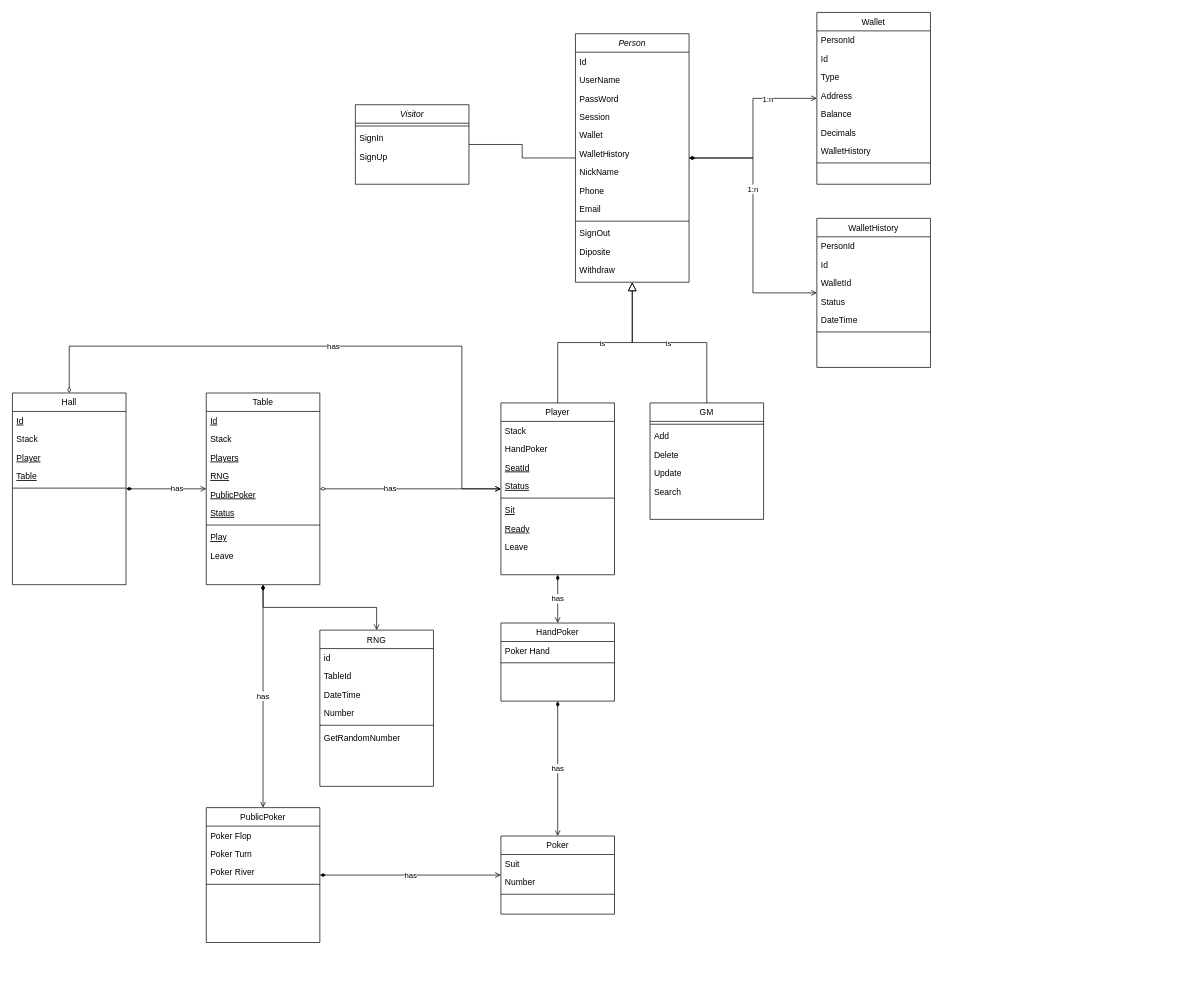
qxyanda/UML keeps this draw.io diagram as P/Casino.drawio. Above is the earlier version. Source tidied: cells renumbered, new cells numbered last; positions are measured from the earlier drawing's top-left corner, leaving out a move shared by most shapes. Both pictures are drawn from the tidied source at 71%, with x=0, y=0 at pixel (12, 12).
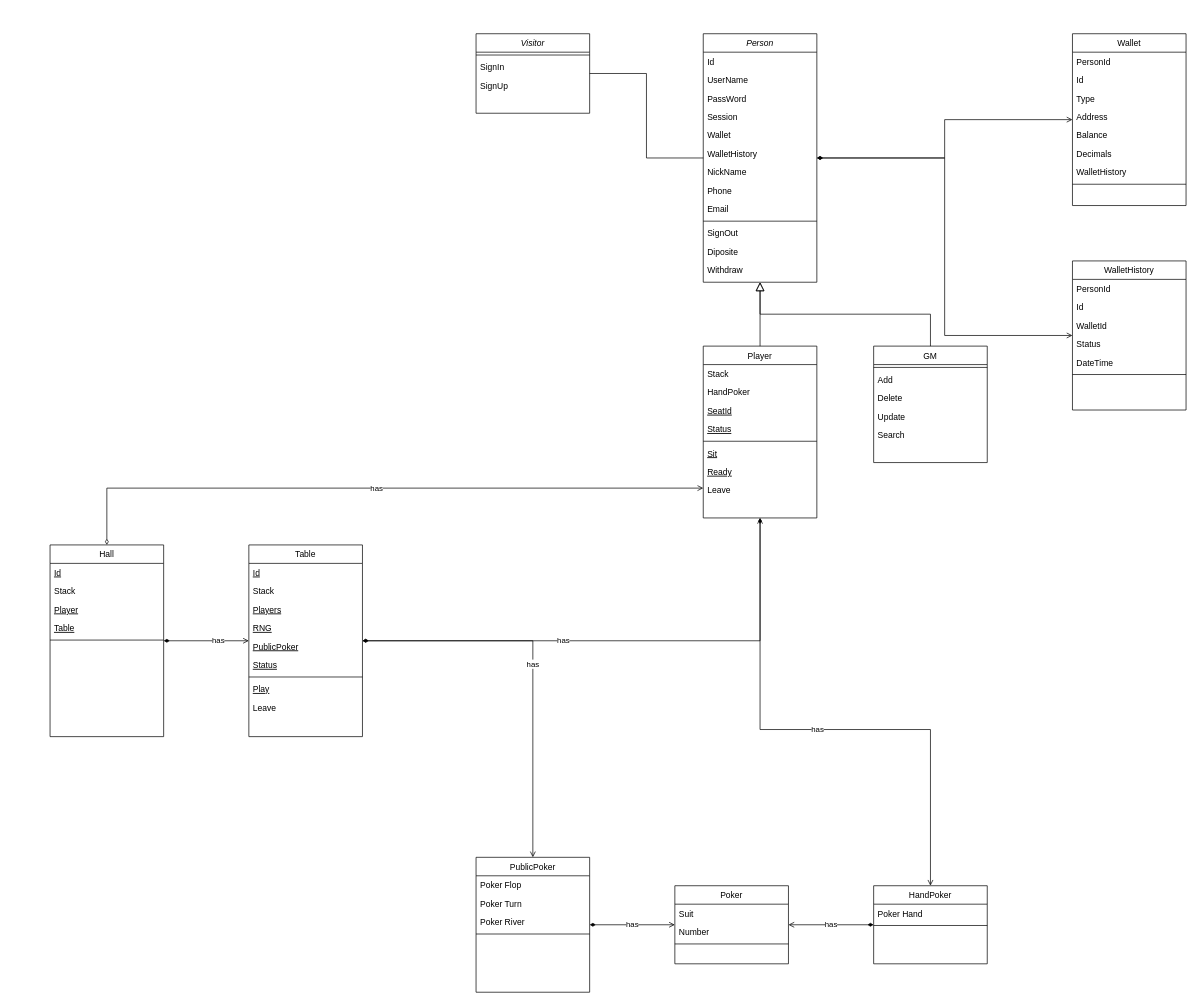
Above is the later version.

Unchanged cells that the change refers to:
```xml
<mxCell id="2" style="edgeStyle=orthogonalEdgeStyle;rounded=0;jettySize=auto;html=1;endArrow=open;endFill=0;startArrow=diamondThin;startFill=1;" parent="1" edge="1" source="7" target="41">
  <mxGeometry relative="1" as="geometry" />
</mxCell>
<mxCell id="5" style="edgeStyle=orthogonalEdgeStyle;rounded=0;jettySize=auto;html=1;startArrow=diamondThin;startFill=1;endArrow=open;endFill=0;" parent="1" edge="1" source="7" target="50">
  <mxGeometry relative="1" as="geometry" />
</mxCell>
<mxCell id="31" style="endArrow=block;endSize=10;endFill=0;shadow=0;strokeWidth=1;rounded=0;edgeStyle=elbowEdgeStyle;elbow=vertical;startArrow=none;startFill=0;" parent="1" edge="1" source="22" target="7">
  <mxGeometry relative="1" as="geometry" />
</mxCell>
<mxCell id="39" style="endArrow=block;endSize=10;endFill=0;shadow=0;strokeWidth=1;rounded=0;edgeStyle=elbowEdgeStyle;elbow=vertical;startArrow=none;startFill=0;" parent="1" edge="1" source="33" target="7">
  <mxGeometry relative="1" as="geometry" />
</mxCell>
```

What changed in the source:
```diff
@@
-    <mxCell id="3" value="1:n" style="edgeLabel;html=1;align=center;verticalAlign=middle;" parent="2" vertex="1">
-      <mxGeometry x="0.47" relative="1" as="geometry" />
-    </mxCell>
@@
-    <mxCell id="6" value="1:n" style="edgeLabel;html=1;align=center;verticalAlign=middle;" parent="5" vertex="1">
-      <mxGeometry x="-0.28" y="-1" relative="1" as="geometry" />
-    </mxCell>
     <mxCell id="7" value="Person" style="swimlane;fontStyle=2;align=center;verticalAlign=top;horizontal=1;startSize=26;rounded=0;shadow=0;strokeWidth=1;" parent="1" vertex="1">
-      <mxGeometry x="793" y="30" width="160" height="350" as="geometry" />
+      <mxGeometry x="973" y="30" width="160" height="350" as="geometry" />
     </mxCell>
@@
     <mxCell id="21" value="has" style="edgeStyle=orthogonalEdgeStyle;rounded=0;jettySize=auto;html=1;endArrow=open;endFill=0;startArrow=diamondThin;startFill=1;" parent="1" edge="1" source="22" target="85">
-      <mxGeometry relative="1" as="geometry" />
+      <mxGeometry relative="1" as="geometry">
+        <Array as="points">
+          <mxPoint x="1053" y="1010" />
+          <mxPoint x="1293" y="1010" />
+        </Array>
+      </mxGeometry>
     </mxCell>
     <mxCell id="22" value="Player" style="swimlane;fontStyle=0;align=center;verticalAlign=top;horizontal=1;startSize=26;rounded=0;shadow=0;strokeWidth=1;" parent="1" vertex="1">
-      <mxGeometry x="688" y="550" width="160" height="242" as="geometry" />
+      <mxGeometry x="973" y="470" width="160" height="242" as="geometry" />
     </mxCell>
@@
-    <mxCell id="32" value="is" style="edgeLabel;html=1;align=center;verticalAlign=middle;" parent="31" vertex="1">
-      <mxGeometry x="0.07" relative="1" as="geometry" />
-    </mxCell>
     <mxCell id="33" value="GM" style="swimlane;fontStyle=0;align=center;verticalAlign=top;horizontal=1;startSize=26;rounded=0;shadow=0;strokeWidth=1;" parent="1" vertex="1">
-      <mxGeometry x="898" y="550" width="160" height="164" as="geometry" />
+      <mxGeometry x="1213" y="470" width="160" height="164" as="geometry" />
     </mxCell>
@@
-    <mxCell id="40" value="is" style="edgeLabel;html=1;align=center;verticalAlign=middle;" parent="39" vertex="1">
-      <mxGeometry x="0.73" relative="1" as="geometry">
-        <mxPoint x="50" y="49.6" as="offset" />
-      </mxGeometry>
-    </mxCell>
     <mxCell id="41" value="Wallet" style="swimlane;fontStyle=0;align=center;verticalAlign=top;horizontal=1;startSize=26;rounded=0;shadow=0;strokeWidth=1;" parent="1" vertex="1">
-      <mxGeometry x="1133" width="160" height="242" as="geometry" />
+      <mxGeometry x="1493" y="30" width="160" height="242" as="geometry" />
     </mxCell>
@@
     <mxCell id="50" value="WalletHistory" style="swimlane;fontStyle=0;align=center;verticalAlign=top;horizontal=1;startSize=26;rounded=0;shadow=0;strokeWidth=1;" parent="1" vertex="1">
-      <mxGeometry x="1133" y="290" width="160" height="210" as="geometry" />
+      <mxGeometry x="1493" y="350" width="160" height="210" as="geometry" />
     </mxCell>
@@
-    <mxCell id="60" style="edgeStyle=orthogonalEdgeStyle;rounded=0;jettySize=auto;html=1;endArrow=open;endFill=0;startArrow=diamondThin;startFill=1;" parent="1" edge="1" source="61" target="98">
-      <mxGeometry relative="1" as="geometry" />
-    </mxCell>
     <mxCell id="61" value="Table" style="swimlane;fontStyle=0;align=center;verticalAlign=top;horizontal=1;startSize=26;rounded=0;shadow=0;strokeWidth=1;" parent="1" vertex="1">
-      <mxGeometry x="273" y="536" width="160" height="270" as="geometry" />
+      <mxGeometry x="333" y="750" width="160" height="270" as="geometry" />
     </mxCell>
@@
     <mxCell id="71" value="Visitor" style="swimlane;fontStyle=2;align=center;verticalAlign=top;horizontal=1;startSize=26;rounded=0;shadow=0;strokeWidth=1;" parent="1" vertex="1">
-      <mxGeometry x="483" y="130" width="160" height="112" as="geometry" />
+      <mxGeometry x="653" y="30" width="160" height="112" as="geometry" />
     </mxCell>
@@
     <mxCell id="77" value="has" style="edgeStyle=orthogonalEdgeStyle;rounded=0;jettySize=auto;html=1;startArrow=diamondThin;startFill=0;endArrow=open;endFill=0;" parent="1" edge="1" source="78" target="22">
       <mxGeometry relative="1" as="geometry">
         <Array as="points">
-          <mxPoint x="80" y="470" />
-          <mxPoint x="633" y="470" />
-          <mxPoint x="633" y="671" />
+          <mxPoint x="133" y="670" />
         </Array>
       </mxGeometry>
     </mxCell>
     <mxCell id="78" value="Hall" style="swimlane;fontStyle=0;align=center;verticalAlign=top;horizontal=1;startSize=26;rounded=0;shadow=0;strokeWidth=1;" parent="1" vertex="1">
-      <mxGeometry y="536" width="160" height="270" as="geometry" />
+      <mxGeometry x="53" y="750" width="160" height="270" as="geometry" />
     </mxCell>
@@
     <mxCell id="85" value="HandPoker" style="swimlane;fontStyle=0;align=center;verticalAlign=top;horizontal=1;startSize=26;rounded=0;shadow=0;strokeWidth=1;" parent="1" vertex="1">
-      <mxGeometry x="688" y="860" width="160" height="110" as="geometry" />
+      <mxGeometry x="1213" y="1230" width="160" height="110" as="geometry" />
     </mxCell>
@@
     <mxCell id="88" value="Poker" style="swimlane;fontStyle=0;align=center;verticalAlign=top;horizontal=1;startSize=26;rounded=0;shadow=0;strokeWidth=1;" parent="1" vertex="1">
-      <mxGeometry x="688" y="1160" width="160" height="110" as="geometry" />
+      <mxGeometry x="933" y="1230" width="160" height="110" as="geometry" />
     </mxCell>
@@
     <mxCell id="93" value="PublicPoker" style="swimlane;fontStyle=0;align=center;verticalAlign=top;horizontal=1;startSize=26;rounded=0;shadow=0;strokeWidth=1;" parent="1" vertex="1">
-      <mxGeometry x="273" y="1120" width="160" height="190" as="geometry" />
+      <mxGeometry x="653" y="1190" width="160" height="190" as="geometry" />
     </mxCell>
@@
-    <mxCell id="98" value="RNG" style="swimlane;fontStyle=0;align=center;verticalAlign=top;horizontal=1;startSize=26;rounded=0;shadow=0;strokeWidth=1;" parent="1" vertex="1">
-      <mxGeometry x="433" y="870" width="160" height="220" as="geometry" />
-    </mxCell>
-    <mxCell id="99" value="id" style="text;align=left;verticalAlign=top;spacingLeft=4;spacingRight=4;overflow=hidden;" parent="98" vertex="1">
-      <mxGeometry y="26" width="160" height="26" as="geometry" />
-    </mxCell>
-    <mxCell id="100" value="TableId" style="text;align=left;verticalAlign=top;spacingLeft=4;spacingRight=4;overflow=hidden;" parent="98" vertex="1">
-      <mxGeometry y="52" width="160" height="26" as="geometry" />
-    </mxCell>
-    <mxCell id="101" value="DateTime" style="text;align=left;verticalAlign=top;spacingLeft=4;spacingRight=4;overflow=hidden;" parent="98" vertex="1">
-      <mxGeometry y="78" width="160" height="26" as="geometry" />
-    </mxCell>
-    <mxCell id="102" value="Number" style="text;align=left;verticalAlign=top;spacingLeft=4;spacingRight=4;overflow=hidden;" parent="98" vertex="1">
-      <mxGeometry y="104" width="160" height="26" as="geometry" />
-    </mxCell>
-    <mxCell id="103" style="line;html=1;strokeWidth=1;align=left;verticalAlign=middle;spacingTop=-1;spacingLeft=3;spacingRight=3;labelPosition=right;" parent="98" vertex="1">
-      <mxGeometry y="130" width="160" height="8" as="geometry" />
-    </mxCell>
-    <mxCell id="104" value="GetRandomNumber" style="text;align=left;verticalAlign=top;spacingLeft=4;spacingRight=4;overflow=hidden;" parent="98" vertex="1">
-      <mxGeometry y="138" width="160" height="26" as="geometry" />
-    </mxCell>
```
